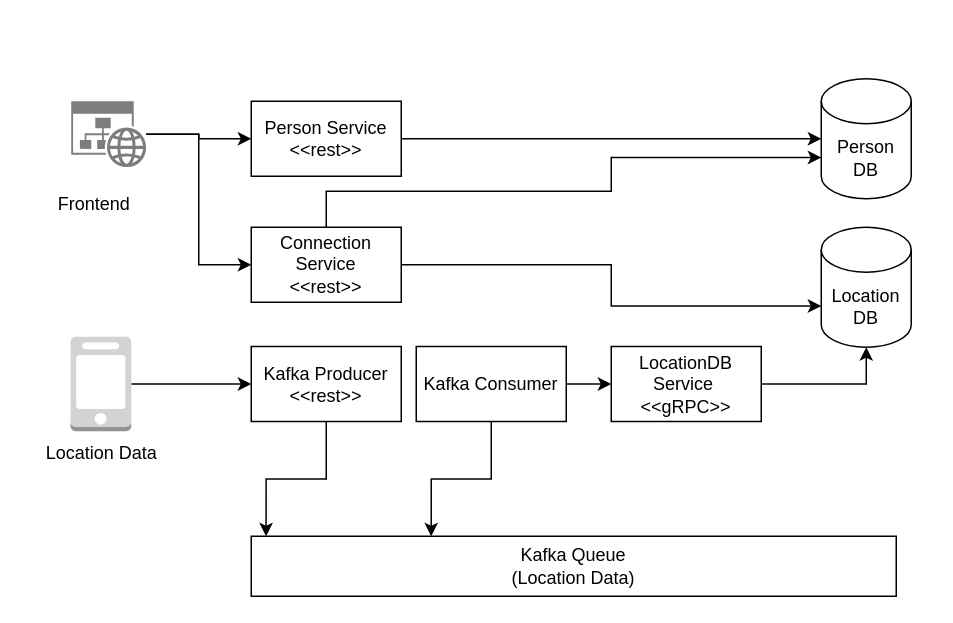
Earlier version of the draw.io diagram images/architecture-diagram.drawio (Tarunshrma/UdaConnect). Source tidied: cells renumbered, new cells numbered last; positions are measured from the earlier drawing's top-left corner, leaving out a move shared by most shapes. Both pictures are drawn from the tidied source at 150%, with x=0, y=0 at pixel (26, 78).
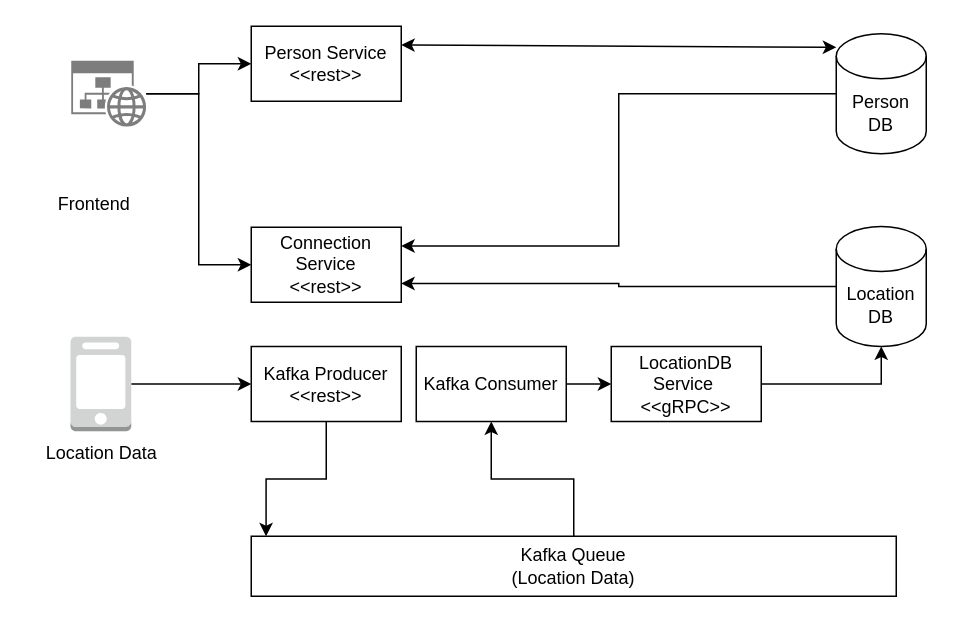
Above is the later version.

Unchanged cells that the change refers to:
```xml
<mxCell id="2" value="Kafka Queue&lt;br&gt;(Location Data)" style="rounded=0;whiteSpace=wrap;html=1;" parent="1" vertex="1">
  <mxGeometry x="150" y="305" width="430" height="40" as="geometry" />
</mxCell>
<mxCell id="7" value="Kafka Consumer" style="rounded=0;whiteSpace=wrap;html=1;" parent="1" vertex="1">
  <mxGeometry x="260" y="178.5" width="100" height="50" as="geometry" />
</mxCell>
<mxCell id="18" value="Connection Service&lt;br&gt;&amp;lt;&amp;lt;rest&amp;gt;&amp;gt;" style="rounded=0;whiteSpace=wrap;html=1;" parent="1" vertex="1">
  <mxGeometry x="150" y="99" width="100" height="50" as="geometry" />
</mxCell>
```

What changed in the source:
```diff
@@
+    <mxCell id="24" style="edgeStyle=orthogonalEdgeStyle;rounded=0;jettySize=auto;html=1;entryX=0.5;entryY=1;entryDx=0;entryDy=0;" parent="1" edge="1" source="2" target="7">
+      <mxGeometry relative="1" as="geometry" />
+    </mxCell>
@@
-    <mxCell id="5" style="edgeStyle=orthogonalEdgeStyle;rounded=0;jettySize=auto;html=1;entryX=0.279;entryY=0;entryDx=0;entryDy=0;entryPerimeter=0;" parent="1" edge="1" source="7" target="2">
-      <mxGeometry relative="1" as="geometry" />
-    </mxCell>
@@
+    <mxCell id="25" style="edgeStyle=orthogonalEdgeStyle;rounded=0;jettySize=auto;html=1;entryX=1;entryY=0.75;entryDx=0;entryDy=0;" parent="1" edge="1" source="8" target="18">
+      <mxGeometry relative="1" as="geometry" />
+    </mxCell>
     <mxCell id="8" value="Location DB" style="shape=cylinder3;whiteSpace=wrap;html=1;boundedLbl=1;backgroundOutline=1;size=15;" parent="1" vertex="1">
-      <mxGeometry x="530" y="99" width="60" height="80" as="geometry" />
+      <mxGeometry x="540" y="98.5" width="60" height="80" as="geometry" />
     </mxCell>
@@
     <mxCell id="14" style="sketch=0;shadow=0;dashed=0;html=1;strokeColor=none;labelPosition=center;verticalLabelPosition=bottom;verticalAlign=top;align=center;shape=mxgraph.mscae.enterprise.website_generic;fillColor=#7D7D7D;" parent="1" vertex="1">
-      <mxGeometry x="30" y="15" width="50" height="44" as="geometry" />
+      <mxGeometry x="30" y="-12" width="50" height="44" as="geometry" />
     </mxCell>
@@
-    <mxCell id="16" style="edgeStyle=orthogonalEdgeStyle;rounded=0;jettySize=auto;html=1;entryX=0;entryY=0;entryDx=0;entryDy=52.5;entryPerimeter=0;" parent="1" edge="1" source="18" target="19">
-      <mxGeometry relative="1" as="geometry">
-        <Array as="points">
-          <mxPoint x="200" y="75" />
-          <mxPoint x="390" y="75" />
-          <mxPoint x="390" y="53" />
-        </Array>
-      </mxGeometry>
-    </mxCell>
-    <mxCell id="17" style="edgeStyle=orthogonalEdgeStyle;rounded=0;jettySize=auto;html=1;entryX=0;entryY=0;entryDx=0;entryDy=52.5;entryPerimeter=0;" parent="1" edge="1" source="18" target="8">
-      <mxGeometry relative="1" as="geometry" />
-    </mxCell>
@@
+    <mxCell id="26" style="edgeStyle=orthogonalEdgeStyle;rounded=0;jettySize=auto;html=1;entryX=1;entryY=0.25;entryDx=0;entryDy=0;" parent="1" edge="1" source="19" target="18">
+      <mxGeometry relative="1" as="geometry" />
+    </mxCell>
     <mxCell id="19" value="Person DB" style="shape=cylinder3;whiteSpace=wrap;html=1;boundedLbl=1;backgroundOutline=1;size=15;" parent="1" vertex="1">
-      <mxGeometry x="530" width="60" height="80" as="geometry" />
+      <mxGeometry x="540" y="-30" width="60" height="80" as="geometry" />
     </mxCell>
-    <mxCell id="20" style="edgeStyle=orthogonalEdgeStyle;rounded=0;jettySize=auto;html=1;entryX=0;entryY=0.5;entryDx=0;entryDy=0;entryPerimeter=0;" parent="1" edge="1" source="21" target="19">
-      <mxGeometry relative="1" as="geometry" />
-    </mxCell>
     <mxCell id="21" value="Person Service&lt;br&gt;&amp;lt;&amp;lt;rest&amp;gt;&amp;gt;" style="rounded=0;whiteSpace=wrap;html=1;" parent="1" vertex="1">
-      <mxGeometry x="150" y="15" width="100" height="50" as="geometry" />
+      <mxGeometry x="150" y="-35" width="100" height="50" as="geometry" />
     </mxCell>
@@
+    <mxCell id="20" style="endArrow=classic;startArrow=classic;html=1;rounded=0;exitX=1;exitY=0.25;exitDx=0;exitDy=0;entryX=0;entryY=0.113;entryDx=0;entryDy=0;entryPerimeter=0;" parent="1" edge="1" source="21" target="19">
+      <mxGeometry relative="1" as="geometry" />
+    </mxCell>
```
